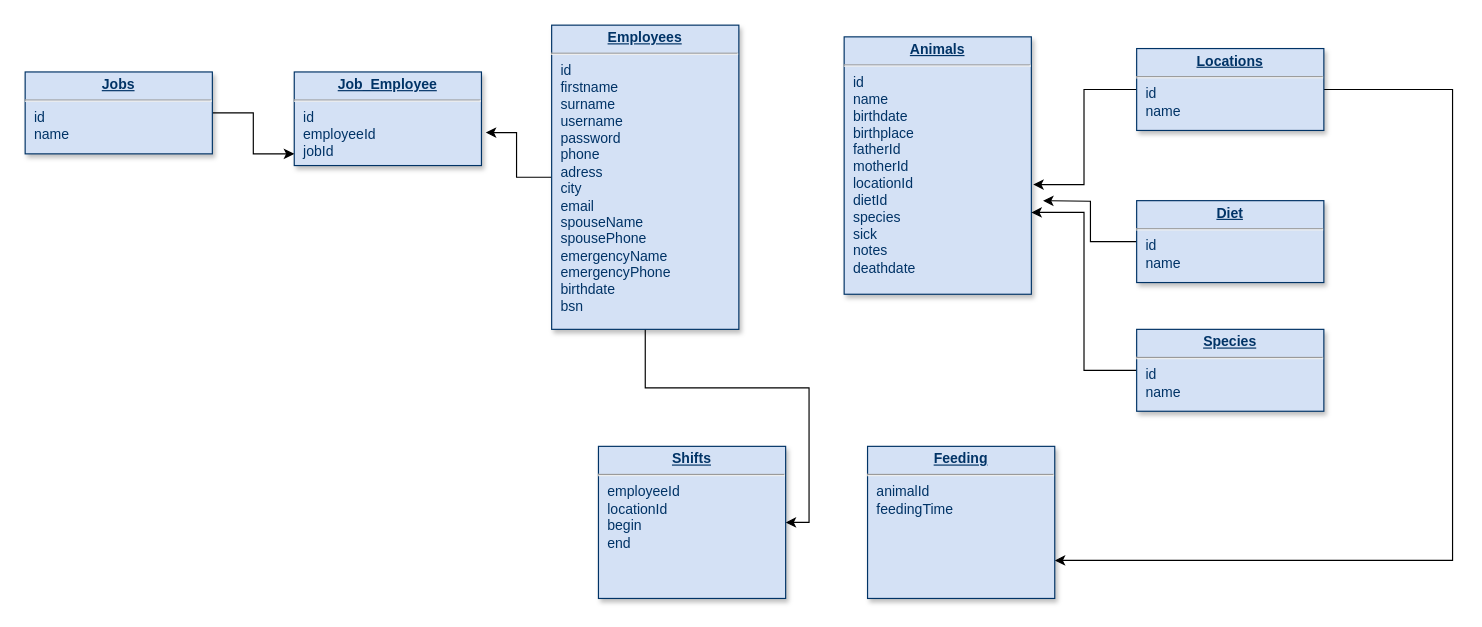
Above: database-design.drawio in Appohh/zoo-management (draw.io), before the change. Source tidied: cells renumbered, new cells numbered last; positions are measured from the earlier drawing's top-left corner, leaving out a move shared by most shapes. Both pictures are drawn from the tidied source at 117%, with x=0, y=0 at pixel (25, 25).
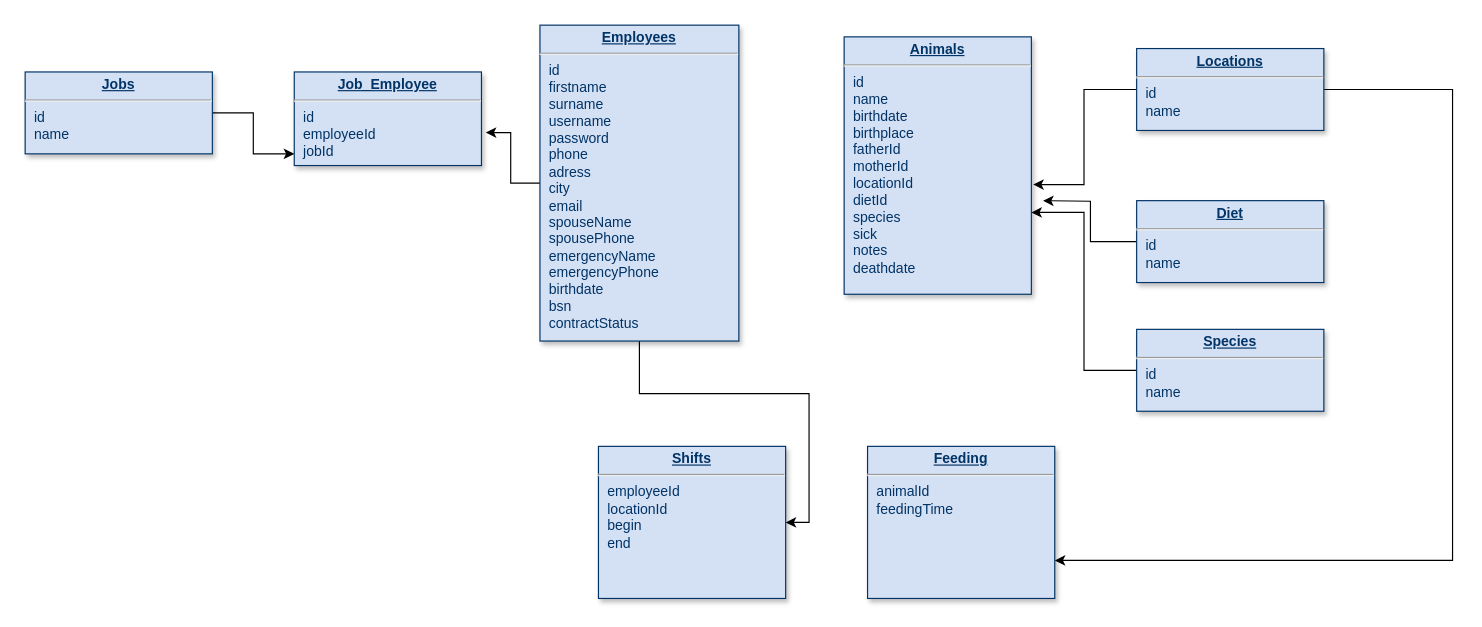
The same diagram, later.

Commit message (it also covers changes not shown here):
Class diagram added

The edit, as a diff of the source:
```diff
@@
-    <mxCell id="5" value="&lt;p style=&quot;margin: 0px; margin-top: 4px; text-align: center; text-decoration: underline;&quot;&gt;&lt;strong&gt;Employees&lt;/strong&gt;&lt;/p&gt;&lt;hr&gt;&lt;p style=&quot;margin: 0px; margin-left: 8px;&quot;&gt;id&lt;/p&gt;&lt;p style=&quot;margin: 0px; margin-left: 8px;&quot;&gt;firstname&lt;/p&gt;&lt;p style=&quot;margin: 0px; margin-left: 8px;&quot;&gt;surname&lt;/p&gt;&lt;p style=&quot;margin: 0px; margin-left: 8px;&quot;&gt;username&lt;/p&gt;&lt;p style=&quot;margin: 0px; margin-left: 8px;&quot;&gt;password&lt;/p&gt;&lt;p style=&quot;margin: 0px; margin-left: 8px;&quot;&gt;phone&lt;/p&gt;&lt;p style=&quot;margin: 0px; margin-left: 8px;&quot;&gt;adress&lt;/p&gt;&lt;p style=&quot;margin: 0px; margin-left: 8px;&quot;&gt;city&lt;/p&gt;&lt;p style=&quot;margin: 0px; margin-left: 8px;&quot;&gt;email&lt;/p&gt;&lt;p style=&quot;margin: 0px; margin-left: 8px;&quot;&gt;spouseName&lt;/p&gt;&lt;p style=&quot;margin: 0px; margin-left: 8px;&quot;&gt;spousePhone&lt;/p&gt;&lt;p style=&quot;margin: 0px; margin-left: 8px;&quot;&gt;emergencyName&lt;/p&gt;&lt;p style=&quot;margin: 0px; margin-left: 8px;&quot;&gt;emergencyPhone&lt;/p&gt;&lt;p style=&quot;margin: 0px; margin-left: 8px;&quot;&gt;birthdate&lt;/p&gt;&lt;p style=&quot;margin: 0px; margin-left: 8px;&quot;&gt;bsn&lt;/p&gt;&lt;p style=&quot;margin: 0px; margin-left: 8px;&quot;&gt;&lt;br&gt;&lt;/p&gt;&lt;p style=&quot;margin: 0px; margin-left: 8px;&quot;&gt;&lt;br&gt;&lt;/p&gt;&lt;p style=&quot;margin: 0px; margin-left: 8px;&quot;&gt;&lt;br&gt;&lt;/p&gt;" style="verticalAlign=top;align=left;overflow=fill;fontSize=12;fontFamily=Helvetica;html=1;strokeColor=#003366;shadow=1;fillColor=#D4E1F5;fontColor=#003366;" parent="1" vertex="1">
-      <mxGeometry x="450" width="160" height="260" as="geometry" />
+    <mxCell id="5" value="&lt;p style=&quot;margin: 0px; margin-top: 4px; text-align: center; text-decoration: underline;&quot;&gt;&lt;strong&gt;Employees&lt;/strong&gt;&lt;/p&gt;&lt;hr&gt;&lt;p style=&quot;margin: 0px; margin-left: 8px;&quot;&gt;id&lt;/p&gt;&lt;p style=&quot;margin: 0px; margin-left: 8px;&quot;&gt;firstname&lt;/p&gt;&lt;p style=&quot;margin: 0px; margin-left: 8px;&quot;&gt;surname&lt;/p&gt;&lt;p style=&quot;margin: 0px; margin-left: 8px;&quot;&gt;username&lt;/p&gt;&lt;p style=&quot;margin: 0px; margin-left: 8px;&quot;&gt;password&lt;/p&gt;&lt;p style=&quot;margin: 0px; margin-left: 8px;&quot;&gt;phone&lt;/p&gt;&lt;p style=&quot;margin: 0px; margin-left: 8px;&quot;&gt;adress&lt;/p&gt;&lt;p style=&quot;margin: 0px; margin-left: 8px;&quot;&gt;city&lt;/p&gt;&lt;p style=&quot;margin: 0px; margin-left: 8px;&quot;&gt;email&lt;/p&gt;&lt;p style=&quot;margin: 0px; margin-left: 8px;&quot;&gt;spouseName&lt;/p&gt;&lt;p style=&quot;margin: 0px; margin-left: 8px;&quot;&gt;spousePhone&lt;/p&gt;&lt;p style=&quot;margin: 0px; margin-left: 8px;&quot;&gt;emergencyName&lt;/p&gt;&lt;p style=&quot;margin: 0px; margin-left: 8px;&quot;&gt;emergencyPhone&lt;/p&gt;&lt;p style=&quot;margin: 0px; margin-left: 8px;&quot;&gt;birthdate&lt;/p&gt;&lt;p style=&quot;margin: 0px; margin-left: 8px;&quot;&gt;bsn&lt;/p&gt;&lt;p style=&quot;margin: 0px; margin-left: 8px;&quot;&gt;contractStatus&lt;/p&gt;&lt;p style=&quot;margin: 0px; margin-left: 8px;&quot;&gt;&lt;br&gt;&lt;/p&gt;&lt;p style=&quot;margin: 0px; margin-left: 8px;&quot;&gt;&lt;br&gt;&lt;/p&gt;&lt;p style=&quot;margin: 0px; margin-left: 8px;&quot;&gt;&lt;br&gt;&lt;/p&gt;" style="verticalAlign=top;align=left;overflow=fill;fontSize=12;fontFamily=Helvetica;html=1;strokeColor=#003366;shadow=1;fillColor=#D4E1F5;fontColor=#003366;" parent="1" vertex="1">
+      <mxGeometry x="440" width="170" height="270" as="geometry" />
     </mxCell>
```
